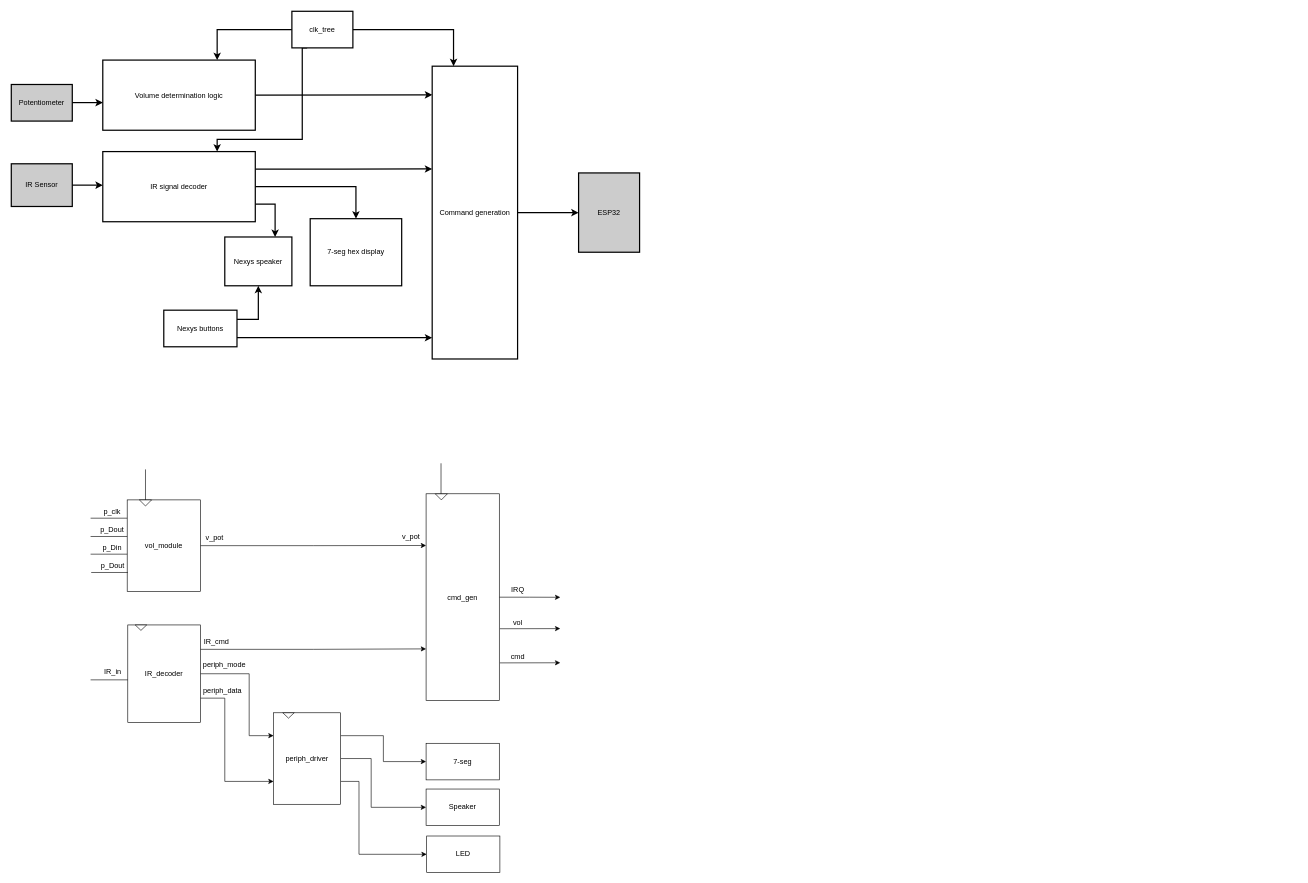
Before: page "FPGA" (3 of 4) of Diagrams/diagrams.drawio in beebdev/Brown_3601, a draw.io diagram. Source tidied: cells renumbered, new cells numbered last; positions are measured from the earlier drawing's top-left corner, leaving out a move shared by most shapes. Both pictures are drawn from the tidied source at 61%, with x=0, y=0 at pixel (11, 11).
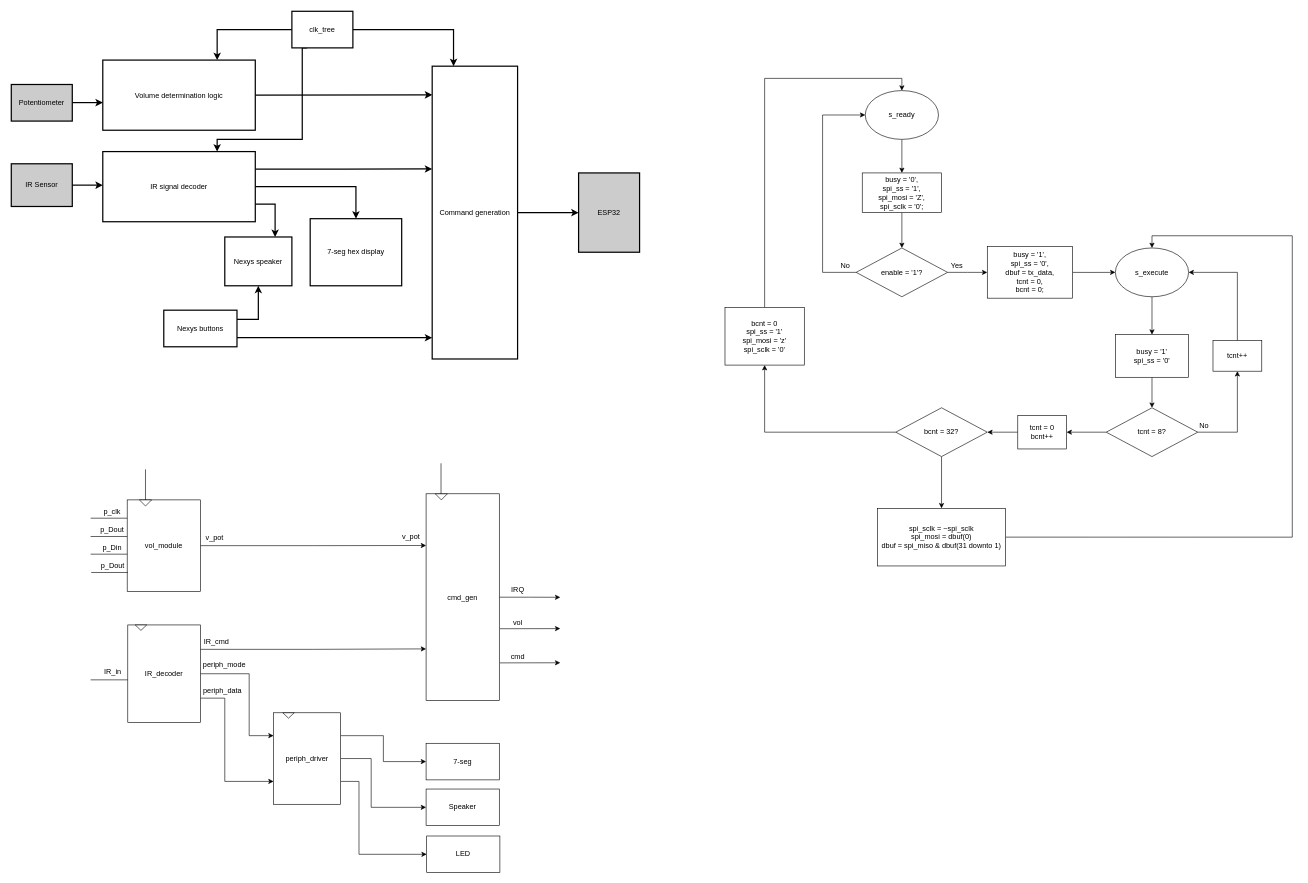
The same page after the edit.

What changed in the source:
```diff
@@
+    <mxCell id="65" style="edgeStyle=orthogonalEdgeStyle;rounded=0;jettySize=auto;html=1;entryX=0.5;entryY=0;entryDx=0;entryDy=0;" parent="1" edge="1" source="66" target="68">
+      <mxGeometry relative="1" as="geometry" />
+    </mxCell>
+    <mxCell id="66" value="s_ready" style="ellipse;whiteSpace=wrap;html=1;" parent="1" vertex="1">
+      <mxGeometry x="1400" y="130" width="120" height="80" as="geometry" />
+    </mxCell>
+    <mxCell id="67" style="edgeStyle=orthogonalEdgeStyle;rounded=0;jettySize=auto;html=1;exitX=0.5;exitY=1;exitDx=0;exitDy=0;" parent="1" edge="1" source="68" target="71">
+      <mxGeometry relative="1" as="geometry" />
+    </mxCell>
+    <mxCell id="68" value="busy = '0',&lt;br&gt;spi_ss = '1',&lt;br&gt;spi_mosi = 'Z',&lt;br&gt;spi_sclk = '0';" style="rounded=0;whiteSpace=wrap;html=1;" parent="1" vertex="1">
+      <mxGeometry x="1395" y="265" width="130" height="65" as="geometry" />
+    </mxCell>
+    <mxCell id="69" style="edgeStyle=orthogonalEdgeStyle;rounded=0;jettySize=auto;html=1;exitX=1;exitY=0.5;exitDx=0;exitDy=0;entryX=0;entryY=0.5;entryDx=0;entryDy=0;" parent="1" edge="1" source="71" target="73">
+      <mxGeometry relative="1" as="geometry" />
+    </mxCell>
+    <mxCell id="70" style="edgeStyle=orthogonalEdgeStyle;rounded=0;jettySize=auto;html=1;exitX=0;exitY=0.5;exitDx=0;exitDy=0;entryX=0;entryY=0.5;entryDx=0;entryDy=0;" parent="1" edge="1" source="71" target="66">
+      <mxGeometry relative="1" as="geometry">
+        <Array as="points">
+          <mxPoint x="1330" y="428" />
+          <mxPoint x="1330" y="170" />
+        </Array>
+      </mxGeometry>
+    </mxCell>
+    <mxCell id="71" value="enable = '1'?" style="rhombus;whiteSpace=wrap;html=1;" parent="1" vertex="1">
+      <mxGeometry x="1385" y="388" width="150" height="80" as="geometry" />
+    </mxCell>
+    <mxCell id="72" style="edgeStyle=orthogonalEdgeStyle;rounded=0;jettySize=auto;html=1;exitX=1;exitY=0.5;exitDx=0;exitDy=0;entryX=0;entryY=0.5;entryDx=0;entryDy=0;" parent="1" edge="1" source="73" target="75">
+      <mxGeometry relative="1" as="geometry" />
+    </mxCell>
+    <mxCell id="73" value="busy = '1',&lt;br&gt;spi_ss = '0',&lt;br&gt;dbuf = tx_data,&lt;br&gt;tcnt = 0,&lt;br&gt;bcnt = 0;" style="rounded=0;whiteSpace=wrap;html=1;" parent="1" vertex="1">
+      <mxGeometry x="1600" y="385.8" width="140" height="84.5" as="geometry" />
+    </mxCell>
+    <mxCell id="74" style="edgeStyle=orthogonalEdgeStyle;rounded=0;jettySize=auto;html=1;exitX=0.5;exitY=1;exitDx=0;exitDy=0;entryX=0.5;entryY=0;entryDx=0;entryDy=0;" parent="1" edge="1" source="75" target="79">
+      <mxGeometry relative="1" as="geometry" />
+    </mxCell>
+    <mxCell id="75" value="s_execute" style="ellipse;whiteSpace=wrap;html=1;" parent="1" vertex="1">
+      <mxGeometry x="1810" y="388" width="120" height="80" as="geometry" />
+    </mxCell>
+    <mxCell id="76" value="No" style="text;html=1;align=center;verticalAlign=middle;" parent="1" vertex="1">
+      <mxGeometry x="1352" y="407" width="30" height="20" as="geometry" />
+    </mxCell>
+    <mxCell id="77" value="Yes" style="text;html=1;align=center;verticalAlign=middle;" parent="1" vertex="1">
+      <mxGeometry x="1535" y="407" width="30" height="20" as="geometry" />
+    </mxCell>
+    <mxCell id="78" style="edgeStyle=orthogonalEdgeStyle;rounded=0;jettySize=auto;html=1;exitX=0.5;exitY=1;exitDx=0;exitDy=0;entryX=0.5;entryY=0;entryDx=0;entryDy=0;" parent="1" edge="1" source="79" target="82">
+      <mxGeometry relative="1" as="geometry" />
+    </mxCell>
+    <mxCell id="79" value="busy = '1'&lt;br&gt;spi_ss = '0'" style="rounded=0;whiteSpace=wrap;html=1;" parent="1" vertex="1">
+      <mxGeometry x="1810" y="530" width="120" height="70" as="geometry" />
+    </mxCell>
+    <mxCell id="80" style="edgeStyle=orthogonalEdgeStyle;rounded=0;jettySize=auto;html=1;exitX=1;exitY=0.5;exitDx=0;exitDy=0;entryX=0.5;entryY=1;entryDx=0;entryDy=0;" parent="1" edge="1" source="82" target="84">
+      <mxGeometry relative="1" as="geometry" />
+    </mxCell>
+    <mxCell id="81" style="edgeStyle=orthogonalEdgeStyle;rounded=0;jettySize=auto;html=1;exitX=0;exitY=0.5;exitDx=0;exitDy=0;entryX=1;entryY=0.5;entryDx=0;entryDy=0;" parent="1" edge="1" source="82" target="87">
+      <mxGeometry relative="1" as="geometry" />
+    </mxCell>
+    <mxCell id="82" value="tcnt = 8?" style="rhombus;whiteSpace=wrap;html=1;" parent="1" vertex="1">
+      <mxGeometry x="1795" y="650" width="150" height="80" as="geometry" />
+    </mxCell>
+    <mxCell id="83" style="edgeStyle=orthogonalEdgeStyle;rounded=0;jettySize=auto;html=1;exitX=0.5;exitY=0;exitDx=0;exitDy=0;entryX=1;entryY=0.5;entryDx=0;entryDy=0;" parent="1" edge="1" source="84" target="75">
+      <mxGeometry relative="1" as="geometry" />
+    </mxCell>
+    <mxCell id="84" value="tcnt++" style="rounded=0;whiteSpace=wrap;html=1;" parent="1" vertex="1">
+      <mxGeometry x="1970" y="540" width="80" height="50" as="geometry" />
+    </mxCell>
+    <mxCell id="85" value="No" style="text;html=1;align=center;verticalAlign=middle;" parent="1" vertex="1">
+      <mxGeometry x="1940" y="670" width="30" height="20" as="geometry" />
+    </mxCell>
+    <mxCell id="86" style="edgeStyle=orthogonalEdgeStyle;rounded=0;jettySize=auto;html=1;entryX=1;entryY=0.5;entryDx=0;entryDy=0;" parent="1" edge="1" source="87" target="90">
+      <mxGeometry relative="1" as="geometry" />
+    </mxCell>
+    <mxCell id="87" value="tcnt = 0&lt;br&gt;bcnt++" style="rounded=0;whiteSpace=wrap;html=1;" parent="1" vertex="1">
+      <mxGeometry x="1650" y="662.5" width="80" height="55" as="geometry" />
+    </mxCell>
+    <mxCell id="88" style="edgeStyle=orthogonalEdgeStyle;rounded=0;jettySize=auto;html=1;exitX=0;exitY=0.5;exitDx=0;exitDy=0;entryX=0.5;entryY=1;entryDx=0;entryDy=0;" parent="1" edge="1" source="90" target="92">
+      <mxGeometry relative="1" as="geometry" />
+    </mxCell>
+    <mxCell id="89" style="edgeStyle=orthogonalEdgeStyle;rounded=0;jettySize=auto;html=1;entryX=0.5;entryY=0;entryDx=0;entryDy=0;" parent="1" edge="1" source="90" target="94">
+      <mxGeometry relative="1" as="geometry" />
+    </mxCell>
+    <mxCell id="90" value="bcnt = 32?" style="rhombus;whiteSpace=wrap;html=1;" parent="1" vertex="1">
+      <mxGeometry x="1450" y="650" width="150" height="80" as="geometry" />
+    </mxCell>
+    <mxCell id="91" style="edgeStyle=orthogonalEdgeStyle;rounded=0;jettySize=auto;html=1;exitX=0.5;exitY=0;exitDx=0;exitDy=0;entryX=0.5;entryY=0;entryDx=0;entryDy=0;" parent="1" edge="1" source="92" target="66">
+      <mxGeometry relative="1" as="geometry" />
+    </mxCell>
+    <mxCell id="92" value="bcnt = 0&lt;br&gt;spi_ss = '1'&lt;br&gt;spi_mosi = 'z'&lt;br&gt;spi_sclk = '0'" style="rounded=0;whiteSpace=wrap;html=1;" parent="1" vertex="1">
+      <mxGeometry x="1170" y="485.5" width="130" height="94.5" as="geometry" />
+    </mxCell>
+    <mxCell id="93" style="edgeStyle=orthogonalEdgeStyle;rounded=0;jettySize=auto;html=1;exitX=1;exitY=0.5;exitDx=0;exitDy=0;entryX=0.5;entryY=0;entryDx=0;entryDy=0;" parent="1" edge="1" source="94" target="75">
+      <mxGeometry relative="1" as="geometry">
+        <Array as="points">
+          <mxPoint x="2100" y="862" />
+          <mxPoint x="2100" y="368" />
+          <mxPoint x="1870" y="368" />
+        </Array>
+      </mxGeometry>
+    </mxCell>
+    <mxCell id="94" value="spi_sclk = ~spi_sclk&lt;br&gt;spi_mosi = dbuf(0)&lt;br&gt;dbuf = spi_miso &amp;amp; dbuf(31 downto 1)" style="rounded=0;whiteSpace=wrap;html=1;" parent="1" vertex="1">
+      <mxGeometry x="1420" y="814.8" width="210" height="94.5" as="geometry" />
+    </mxCell>
```
